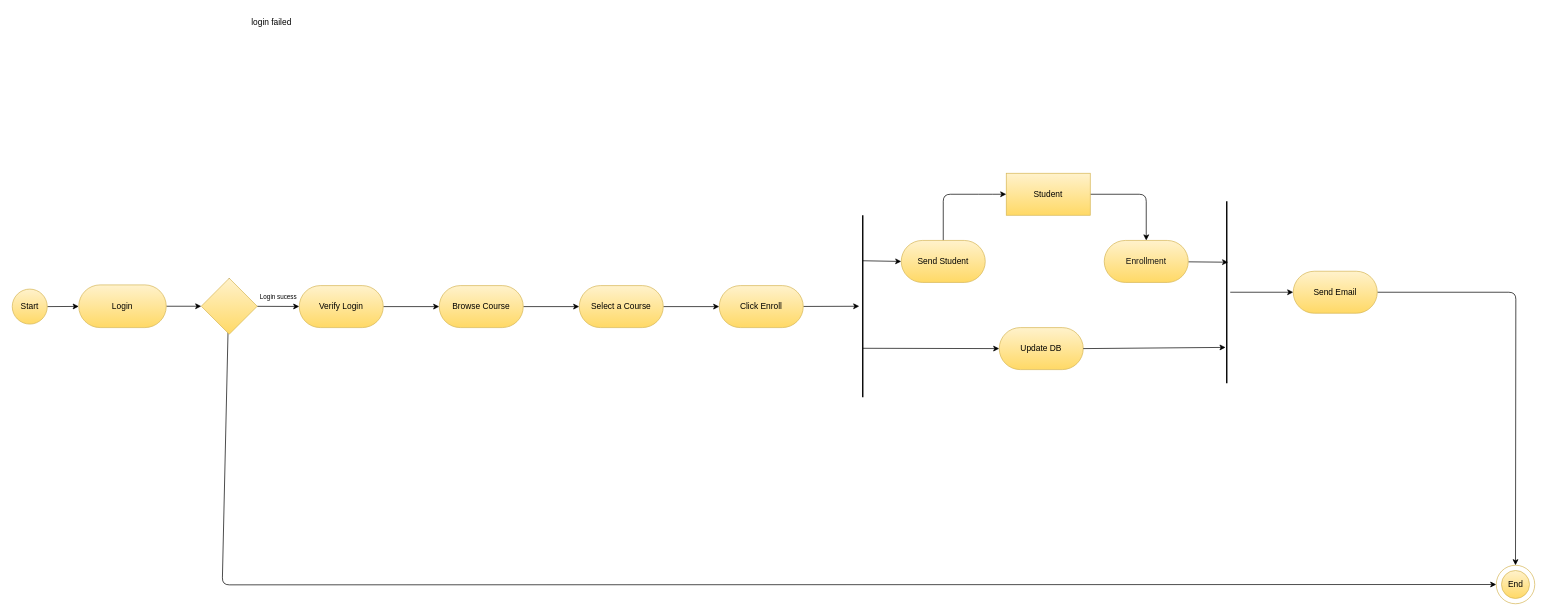
Above: UMLdesign/enrollment_diagram.drawio in ProgrammingII-projects/skill_forge (draw.io), before the change. Source tidied: cells renumbered, new cells numbered last; positions are measured from the earlier drawing's top-left corner, leaving out a move shared by most shapes. Both pictures are drawn from the tidied source at 70%, with x=0, y=0 at pixel (12, 12).
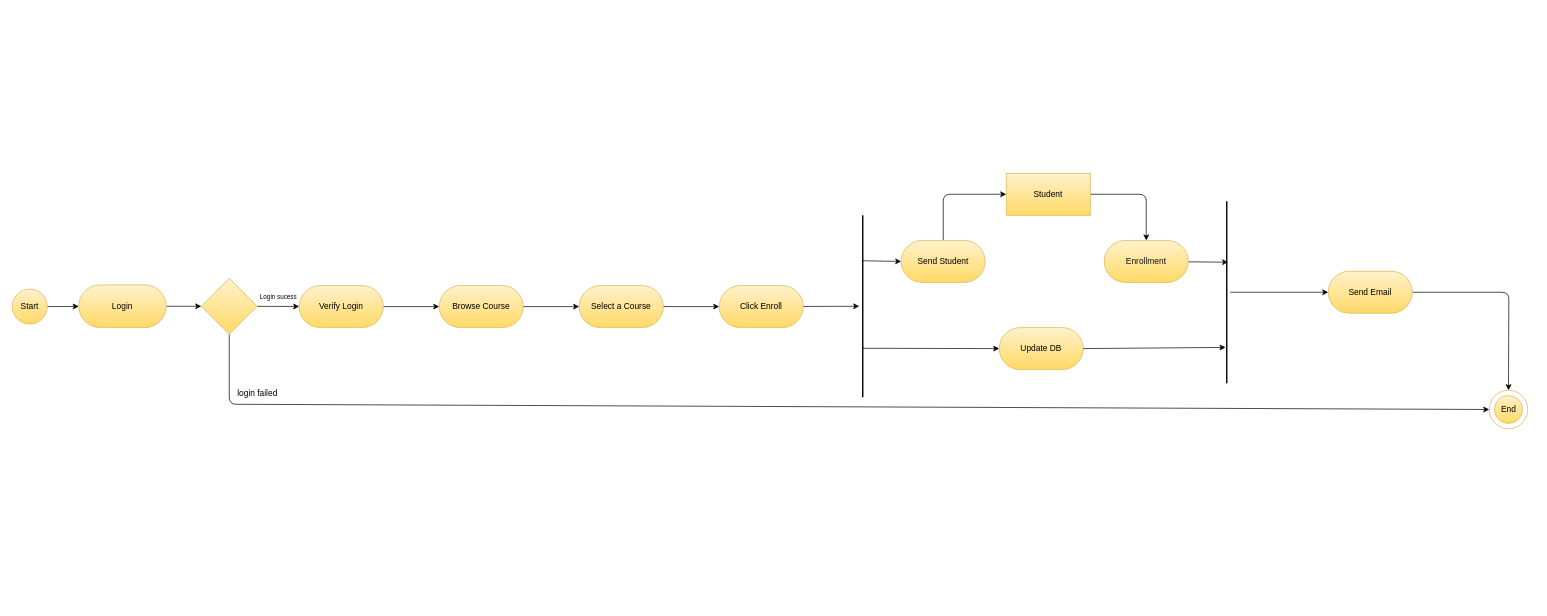
The same page after the edit.

The change refers to these unchanged cells:
```xml
<mxCell id="8" style="rhombus;whiteSpace=wrap;html=1;fillColor=#fff2cc;strokeColor=#d6b656;gradientColor=#ffd966;arcSize=50;rounded=0;" parent="1" vertex="1">
  <mxGeometry x="270" y="380" width="80" height="80" as="geometry" />
</mxCell>
```

The edit, as a diff of the source:
```diff
@@
-    <mxCell id="6" style="edgeStyle=none;html=1;exitX=0.5;exitY=0;exitDx=0;exitDy=0;entryX=0;entryY=0.5;entryDx=0;entryDy=0;" parent="1" edge="1" source="8" target="10">
+    <mxCell id="6" style="edgeStyle=none;html=1;entryX=0;entryY=0.5;entryDx=0;entryDy=0;exitX=0.5;exitY=1;exitDx=0;exitDy=0;" parent="1" edge="1" source="8" target="10">
       <mxGeometry relative="1" as="geometry">
         <Array as="points">
-          <mxPoint x="300" y="818" />
+          <mxPoint x="310" y="560" />
         </Array>
       </mxGeometry>
     </mxCell>
@@
     <mxCell id="9" value="End" style="ellipse;whiteSpace=wrap;html=1;fillColor=#fff2cc;gradientColor=#ffd966;strokeColor=#d6b656;" parent="1" vertex="1">
-      <mxGeometry x="2127.5" y="797.5" width="40" height="40" as="geometry" />
+      <mxGeometry x="2117.5" y="547.5" width="40" height="40" as="geometry" />
     </mxCell>
     <mxCell id="10" style="ellipse;whiteSpace=wrap;html=1;fillColor=none;gradientColor=#ffd966;strokeColor=#d6b656;" parent="1" vertex="1">
-      <mxGeometry x="2120" y="790" width="55" height="55" as="geometry" />
+      <mxGeometry x="2110" y="540" width="55" height="55" as="geometry" />
     </mxCell>
@@
     <mxCell id="14" value="login failed" style="text;html=1;align=center;verticalAlign=middle;strokeColor=none;fillColor=none;rotation=0;" parent="1" vertex="1">
-      <mxGeometry x="330" width="80" height="30" as="geometry" />
+      <mxGeometry x="310" y="530" width="80" height="30" as="geometry" />
     </mxCell>
@@
     <mxCell id="33" style="edgeStyle=none;html=1;exitX=1;exitY=0.5;exitDx=0;exitDy=0;entryX=0.5;entryY=0;entryDx=0;entryDy=0;" parent="1" edge="1" source="34" target="10">
       <mxGeometry relative="1" as="geometry">
         <Array as="points">
-          <mxPoint x="2148" y="400" />
+          <mxPoint x="2138" y="400" />
         </Array>
       </mxGeometry>
     </mxCell>
     <mxCell id="34" value="Send Email" style="whiteSpace=wrap;html=1;fillColor=#fff2cc;strokeColor=#d6b656;gradientColor=#ffd966;arcSize=50;rounded=1;" parent="1" vertex="1">
-      <mxGeometry x="1830" y="370" width="120" height="60" as="geometry" />
+      <mxGeometry x="1880" y="370" width="120" height="60" as="geometry" />
     </mxCell>
```
